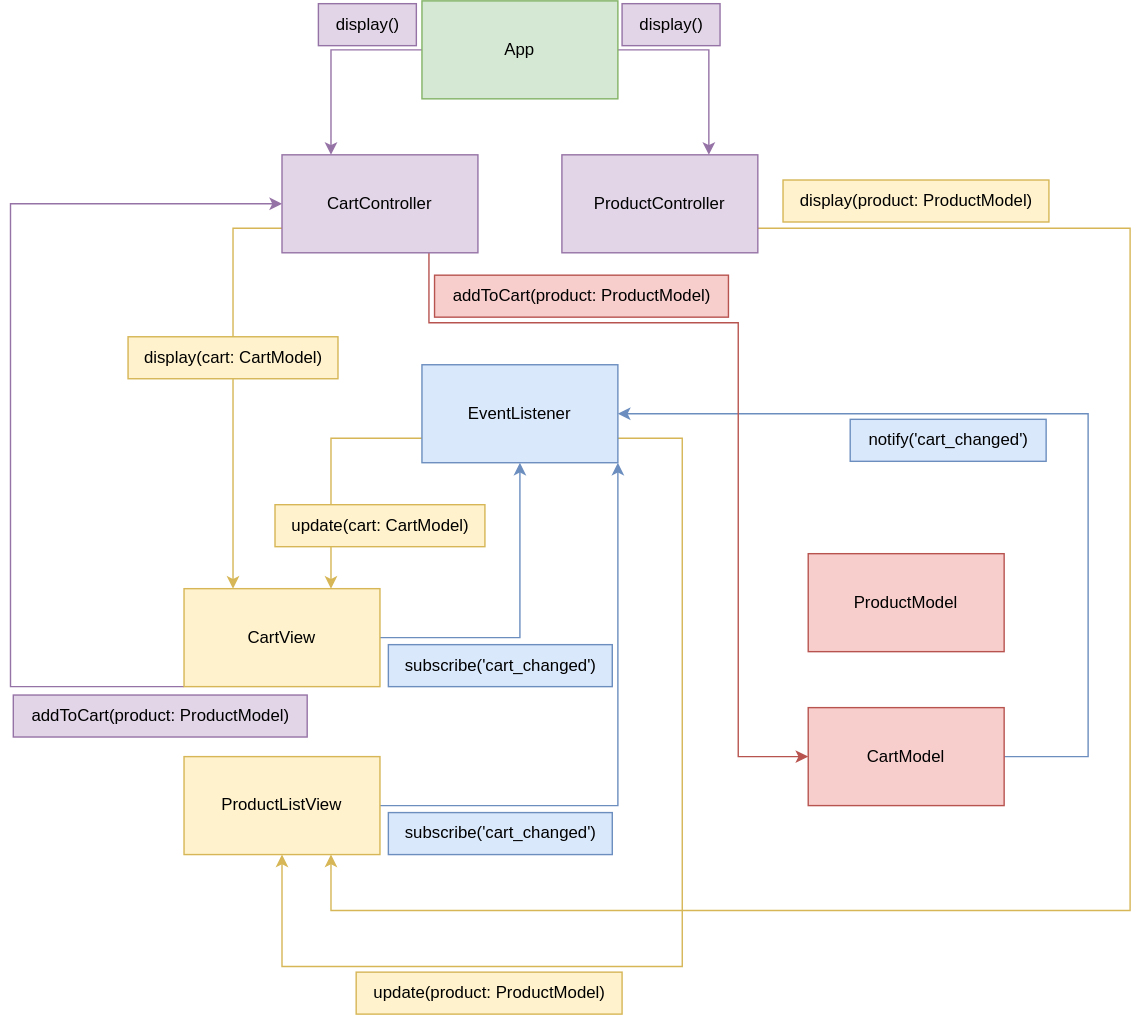
elcasu/mvc-poc keeps this draw.io diagram as MVC-PoC.drawio.svg. Above is the earlier version. Source tidied: cells renumbered, new cells last; positions are measured from the earlier drawing's top-left corner, leaving out a move shared by most shapes.
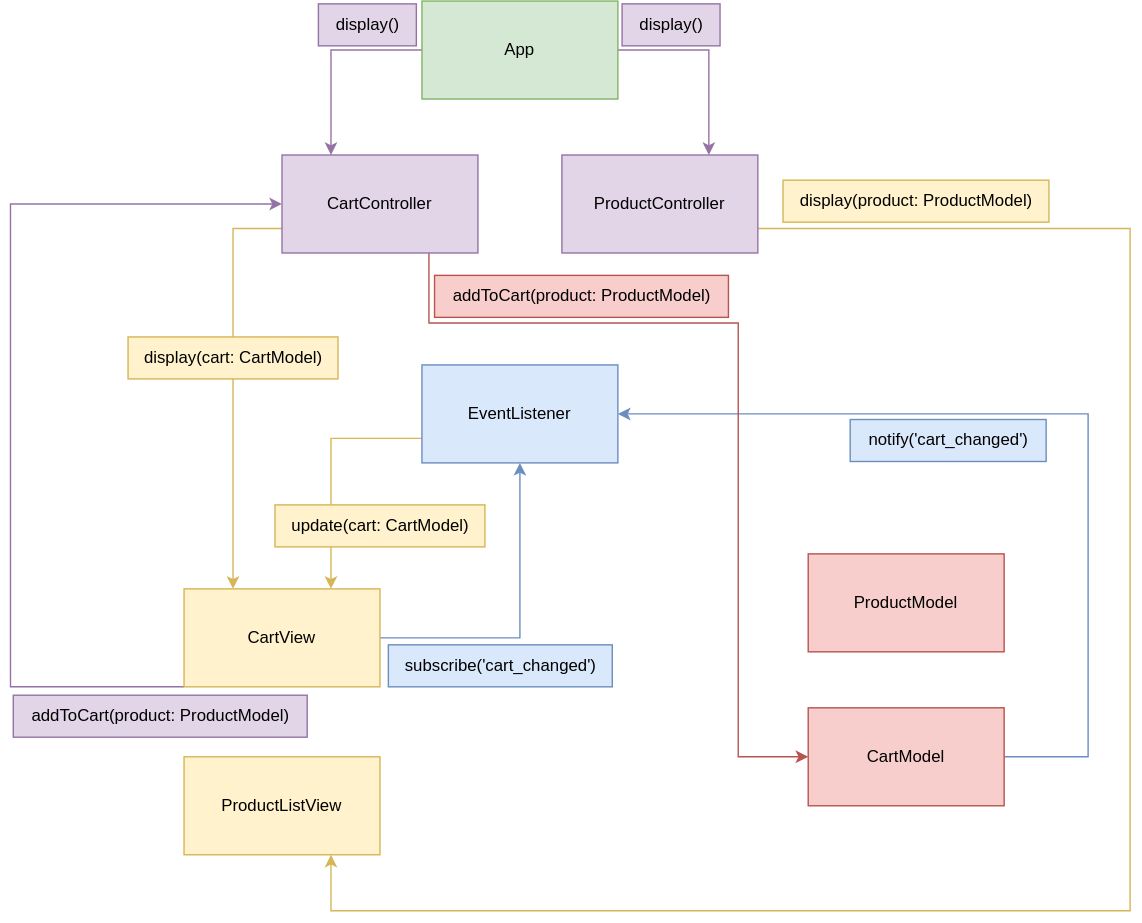
After the commit.

Change to the diagram source:
```diff
@@ -16,24 +16,12 @@
     <mxCell id="4" value="CartView" style="rounded=0;whiteSpace=wrap;html=1;fillColor=#fff2cc;strokeColor=#d6b656;" parent="1" vertex="1">
       <mxGeometry x="124" y="420" width="140" height="70" as="geometry" />
     </mxCell>
-    <mxCell id="5" style="edgeStyle=orthogonalEdgeStyle;rounded=0;jettySize=auto;html=1;exitX=1;exitY=0.5;exitDx=0;exitDy=0;fillColor=#dae8fc;strokeColor=#6c8ebf;entryX=1;entryY=1;entryDx=0;entryDy=0;" parent="1" edge="1" source="6" target="9">
-      <mxGeometry relative="1" as="geometry" />
-    </mxCell>
     <mxCell id="6" value="ProductListView" style="rounded=0;whiteSpace=wrap;html=1;fillColor=#fff2cc;strokeColor=#d6b656;" parent="1" vertex="1">
       <mxGeometry x="124" y="540" width="140" height="70" as="geometry" />
     </mxCell>
     <mxCell id="7" style="edgeStyle=orthogonalEdgeStyle;rounded=0;jettySize=auto;html=1;exitX=0;exitY=0.75;exitDx=0;exitDy=0;fillColor=#fff2cc;strokeColor=#d6b656;entryX=0.75;entryY=0;entryDx=0;entryDy=0;" parent="1" edge="1" source="9" target="4">
       <mxGeometry relative="1" as="geometry" />
     </mxCell>
-    <mxCell id="8" style="edgeStyle=orthogonalEdgeStyle;rounded=0;jettySize=auto;html=1;exitX=1;exitY=0.75;exitDx=0;exitDy=0;entryX=0.5;entryY=1;entryDx=0;entryDy=0;fillColor=#fff2cc;strokeColor=#d6b656;" parent="1" edge="1" source="9" target="6">
-      <mxGeometry relative="1" as="geometry">
-        <Array as="points">
-          <mxPoint x="480" y="313" />
-          <mxPoint x="480" y="690" />
-          <mxPoint x="194" y="690" />
-        </Array>
-      </mxGeometry>
-    </mxCell>
     <mxCell id="9" value="EventListener" style="rounded=0;whiteSpace=wrap;html=1;fillColor=#dae8fc;strokeColor=#6c8ebf;" parent="1" vertex="1">
       <mxGeometry x="294" y="260" width="140" height="70" as="geometry" />
     </mxCell>
@@ -84,9 +72,6 @@
     <mxCell id="19" value="ProductController" style="rounded=0;whiteSpace=wrap;html=1;fillColor=#e1d5e7;strokeColor=#9673a6;" parent="1" vertex="1">
       <mxGeometry x="394" y="110" width="140" height="70" as="geometry" />
     </mxCell>
-    <mxCell id="20" value="subscribe('cart_changed')" style="text;html=1;align=center;verticalAlign=middle;strokeColor=#6c8ebf;fillColor=#dae8fc;" parent="1" vertex="1">
-      <mxGeometry x="270" y="580" width="160" height="30" as="geometry" />
-    </mxCell>
     <mxCell id="21" value="update(cart: CartModel)" style="text;html=1;align=center;verticalAlign=middle;strokeColor=#d6b656;fillColor=#fff2cc;" parent="1" vertex="1">
       <mxGeometry x="189" y="360" width="150" height="30" as="geometry" />
     </mxCell>
@@ -114,9 +99,6 @@
     <mxCell id="29" value="display(product: ProductModel)" style="text;html=1;align=center;verticalAlign=middle;strokeColor=#d6b656;fillColor=#fff2cc;" parent="1" vertex="1">
       <mxGeometry x="552" y="128" width="190" height="30" as="geometry" />
     </mxCell>
-    <mxCell id="30" value="update(product: ProductModel)" style="text;html=1;align=center;verticalAlign=middle;strokeColor=#d6b656;fillColor=#fff2cc;" parent="1" vertex="1">
-      <mxGeometry x="247" y="694" width="190" height="30" as="geometry" />
-    </mxCell>
     <mxCell id="31" value="display(cart: CartModel)" style="text;html=1;align=center;verticalAlign=middle;strokeColor=#d6b656;fillColor=#fff2cc;" parent="1" vertex="1">
       <mxGeometry x="84" y="240" width="150" height="30" as="geometry" />
     </mxCell>
```
